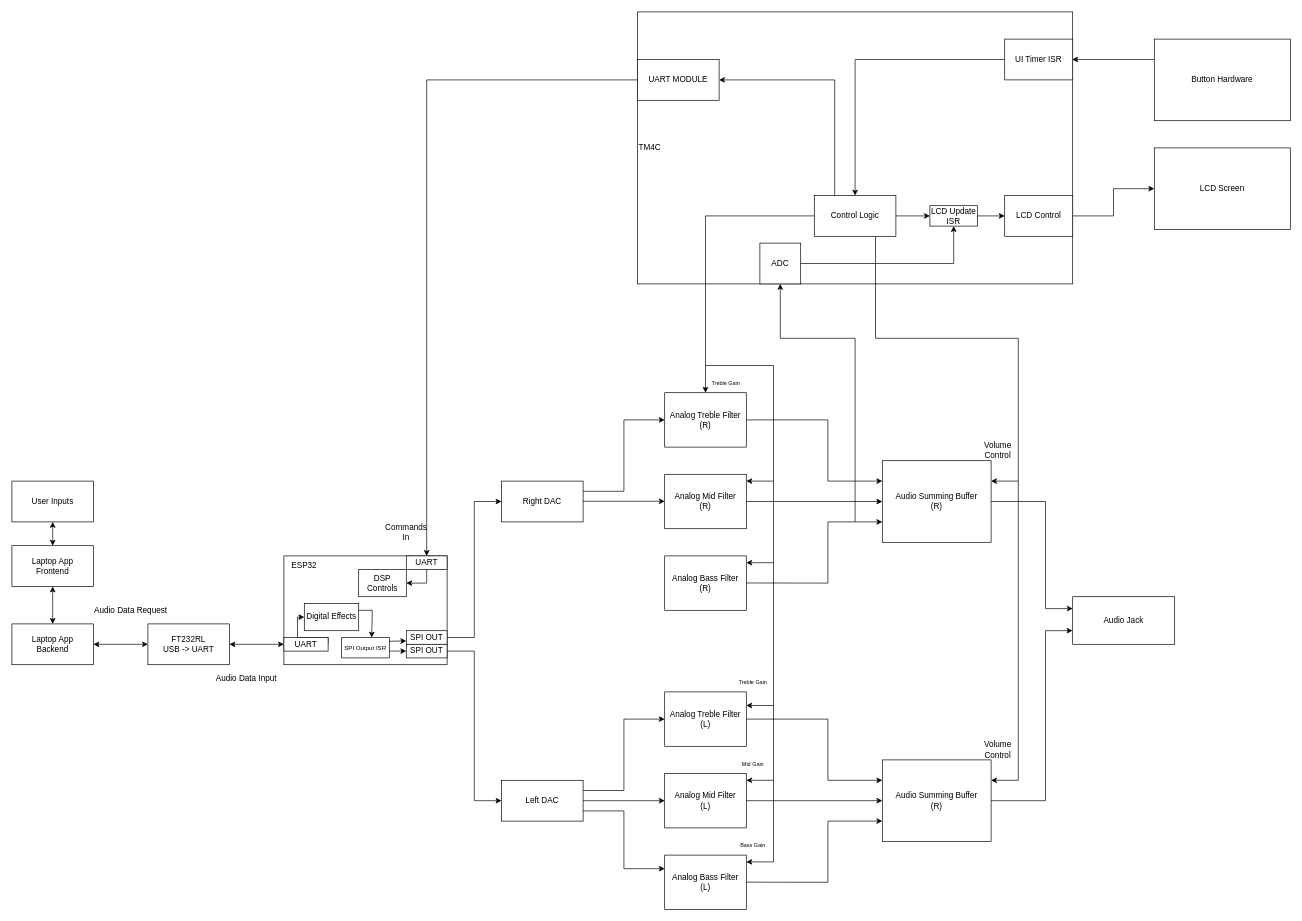
Before: Lab7A_SystemDiagram.drawio in niranjannt/Local-Music-Streaming-Pipeline, a draw.io diagram. Source tidied: cells renumbered, new cells numbered last; positions are measured from the earlier drawing's top-left corner, leaving out a move shared by most shapes. Both pictures are drawn from the tidied source at 68%, with x=0, y=0 at pixel (12, 12).
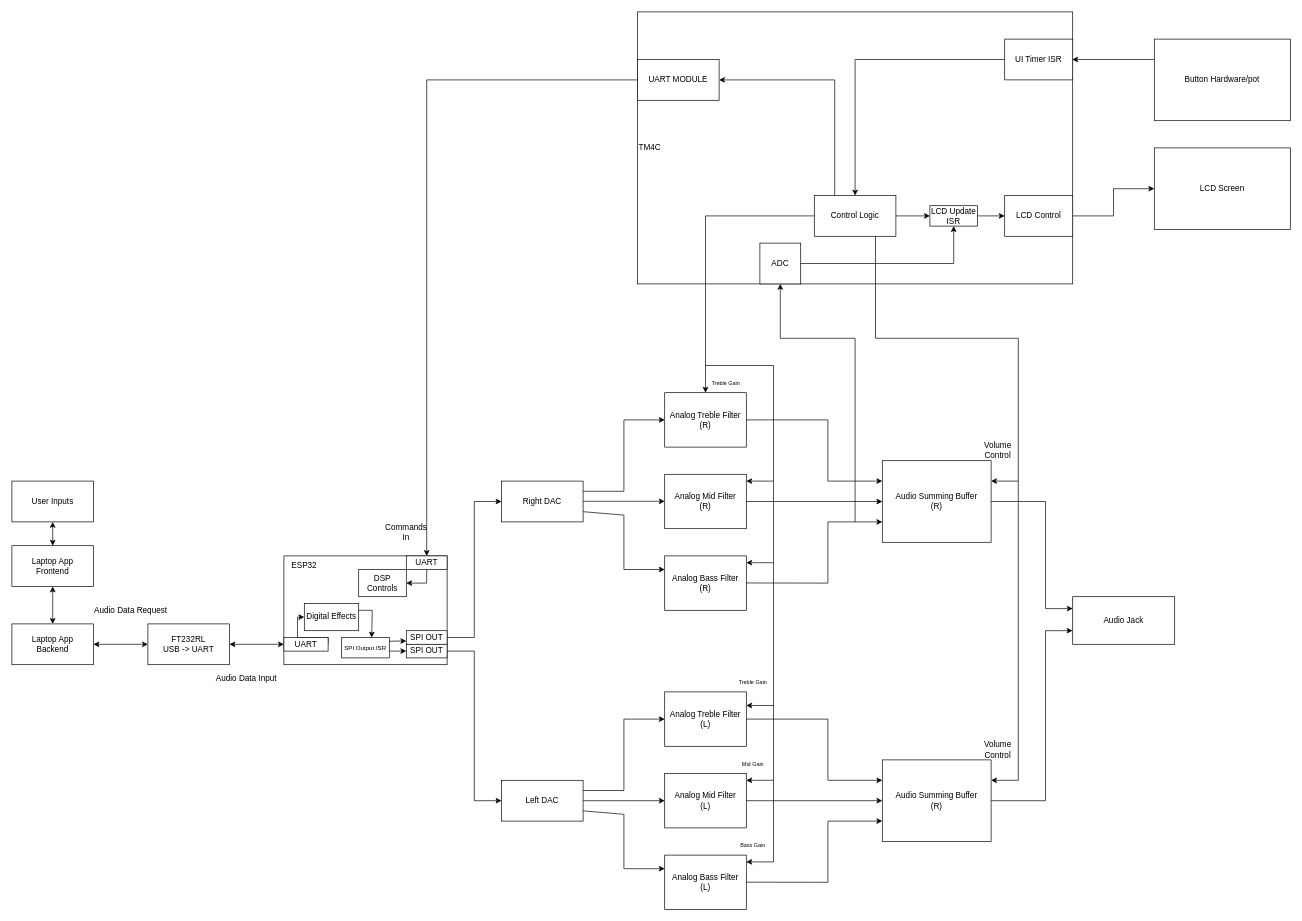
After the change.

Unchanged cells that the change refers to:
```xml
<mxCell id="30" value="Analog Bass Filter&lt;div&gt;(L)&lt;/div&gt;" style="rounded=0;whiteSpace=wrap;html=1;" parent="1" vertex="1">
  <mxGeometry x="960" y="1240" width="120" height="80" as="geometry" />
</mxCell>
<mxCell id="51" value="Left DAC" style="rounded=0;whiteSpace=wrap;html=1;" parent="1" vertex="1">
  <mxGeometry x="720" y="1130" width="120" height="60" as="geometry" />
</mxCell>
```

Diff of the diagram source:
```diff
@@
-    <mxCell id="4" value="Button Hardware" style="rounded=0;whiteSpace=wrap;html=1;" parent="1" vertex="1">
+    <mxCell id="4" value="Button Hardware/pot" style="rounded=0;whiteSpace=wrap;html=1;" parent="1" vertex="1">
       <mxGeometry x="1680" y="40" width="200" height="120" as="geometry" />
     </mxCell>
@@
     <mxCell id="84" style="endArrow=classic;html=1;rounded=0;entryX=0;entryY=0.25;entryDx=0;entryDy=0;exitX=1;exitY=0.75;exitDx=0;exitDy=0;" parent="1" edge="1" source="51" target="30">
       <mxGeometry relative="1" as="geometry">
         <Array as="points">
-          <mxPoint x="900" y="1175" />
+          <mxPoint x="900" y="1180" />
           <mxPoint x="900" y="1260" />
         </Array>
       </mxGeometry>
     </mxCell>
+    <mxCell id="85" style="endArrow=classic;html=1;rounded=0;entryX=0;entryY=0.25;entryDx=0;entryDy=0;exitX=1;exitY=0.75;exitDx=0;exitDy=0;" parent="1" edge="1">
+      <mxGeometry relative="1" as="geometry">
+        <mxPoint x="840" y="735" as="sourcePoint" />
+        <mxPoint x="960" y="820" as="targetPoint" />
+        <Array as="points">
+          <mxPoint x="900" y="740" />
+          <mxPoint x="900" y="820" />
+        </Array>
+      </mxGeometry>
+    </mxCell>
```
